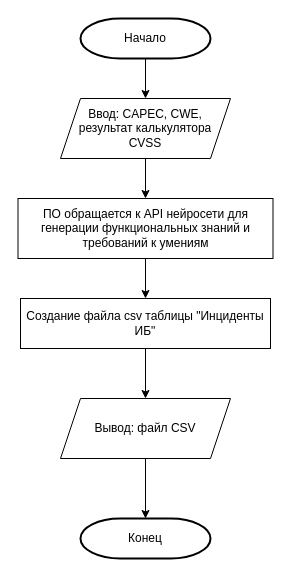
The draw.io diagram Algorithm_OPZ/(3. ЧР) Алгоритм Генерация инцидентов.drawio in SmirnovBogdan8/Diplom, before the edit. Source tidied: cells renumbered, new cells numbered last; positions are measured from the earlier drawing's top-left corner, leaving out a move shared by most shapes. Both pictures are drawn from the tidied source at 100%, with x=0, y=0 at pixel (18, 18).
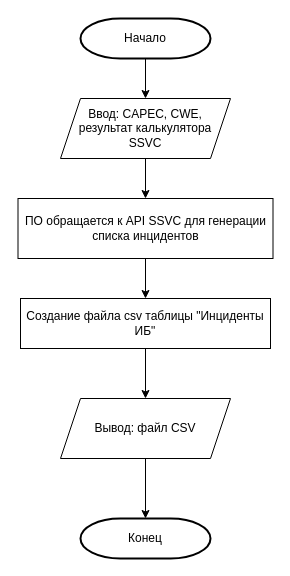
The same diagram, later.

Diff of the diagram source:
```diff
@@
 <mxGraphModel>
   <root>
     <mxCell id="0" />
     <mxCell id="1" parent="0" />
     <mxCell id="2" style="edgeStyle=orthogonalEdgeStyle;rounded=0;jettySize=auto;html=1;" parent="1" edge="1" source="3" target="6">
       <mxGeometry relative="1" as="geometry" />
     </mxCell>
     <mxCell id="3" value="Начало" style="strokeWidth=2;html=1;shape=mxgraph.flowchart.terminator;whiteSpace=wrap;" parent="1" vertex="1">
       <mxGeometry x="62" width="130" height="40" as="geometry" />
     </mxCell>
     <mxCell id="4" value="Конец" style="strokeWidth=2;html=1;shape=mxgraph.flowchart.terminator;whiteSpace=wrap;" parent="1" vertex="1">
       <mxGeometry x="62" y="500" width="130" height="40" as="geometry" />
     </mxCell>
     <mxCell id="5" style="edgeStyle=orthogonalEdgeStyle;rounded=0;jettySize=auto;html=1;" parent="1" edge="1" source="6" target="8">
       <mxGeometry relative="1" as="geometry" />
     </mxCell>
-    <mxCell id="6" value="Ввод: CAPEC, CWE, результат калькулятора CVSS" style="shape=parallelogram;perimeter=parallelogramPerimeter;whiteSpace=wrap;html=1;fixedSize=1;" parent="1" vertex="1">
+    <mxCell id="6" value="Ввод: CAPEC, CWE, результат калькулятора SSVC" style="shape=parallelogram;perimeter=parallelogramPerimeter;whiteSpace=wrap;html=1;fixedSize=1;" parent="1" vertex="1">
       <mxGeometry x="42" y="80" width="170" height="60" as="geometry" />
     </mxCell>
     <mxCell id="7" style="edgeStyle=orthogonalEdgeStyle;rounded=0;jettySize=auto;html=1;" parent="1" edge="1" source="8" target="10">
       <mxGeometry relative="1" as="geometry" />
     </mxCell>
-    <mxCell id="8" value="ПО обращается к API нейросети для генерации функциональных знаний и требований к умениям" style="rounded=0;whiteSpace=wrap;html=1;" parent="1" vertex="1">
+    <mxCell id="8" value="ПО обращается к API SSVC для генерации списка инцидентов" style="rounded=0;whiteSpace=wrap;html=1;" parent="1" vertex="1">
       <mxGeometry x="-0.5" y="180" width="255" height="60" as="geometry" />
     </mxCell>
     <mxCell id="9" style="edgeStyle=orthogonalEdgeStyle;rounded=0;jettySize=auto;html=1;" parent="1" edge="1" source="10" target="12">
       <mxGeometry relative="1" as="geometry" />
     </mxCell>
     <mxCell id="10" value="Создание файла csv таблицы &quot;Инциденты ИБ&quot;" style="rounded=0;whiteSpace=wrap;html=1;" parent="1" vertex="1">
       <mxGeometry x="2" y="280" width="250" height="50" as="geometry" />
     </mxCell>
     <mxCell id="11" style="edgeStyle=orthogonalEdgeStyle;rounded=0;jettySize=auto;html=1;" parent="1" edge="1" source="12" target="4">
       <mxGeometry relative="1" as="geometry" />
     </mxCell>
     <mxCell id="12" value="Вывод: файл CSV" style="shape=parallelogram;perimeter=parallelogramPerimeter;whiteSpace=wrap;html=1;fixedSize=1;" parent="1" vertex="1">
       <mxGeometry x="42" y="380" width="170" height="60" as="geometry" />
     </mxCell>
   </root>
 </mxGraphModel>
```
